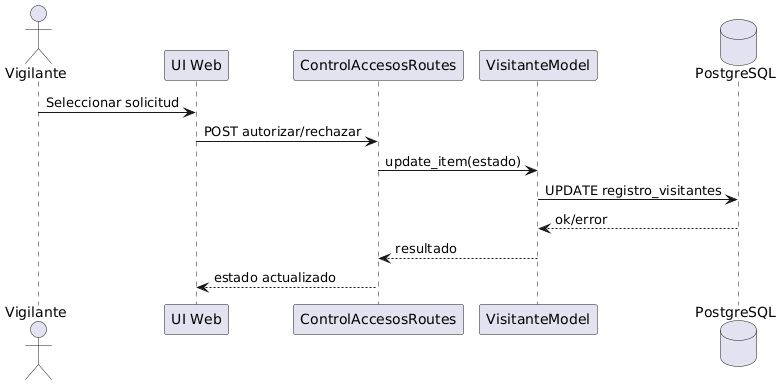
maranavard/SISTEMA-COMPUTACIONAL-PARA-LA-GESTION-Y-CONTROL-DE-ACCESO-DE-AUTOMOVILES-M-DULO-WEB keeps this PlantUML diagram as docs/uml/render/secuencias/CU12_autorizar_rechazar_visitante.png. Above is the earlier version.
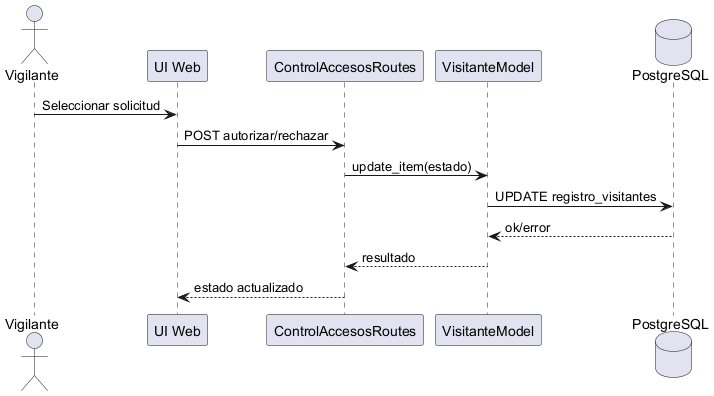
Later version of the same file.

What changed in the source:
```diff
@@ -1,4 +1,4 @@
-@startuml
+@startuml CU12_autorizar_rechazar_visitante
 actor Vigilante
 participant "UI Web" as UI
 participant "ControlAccesosRoutes" as C
```
